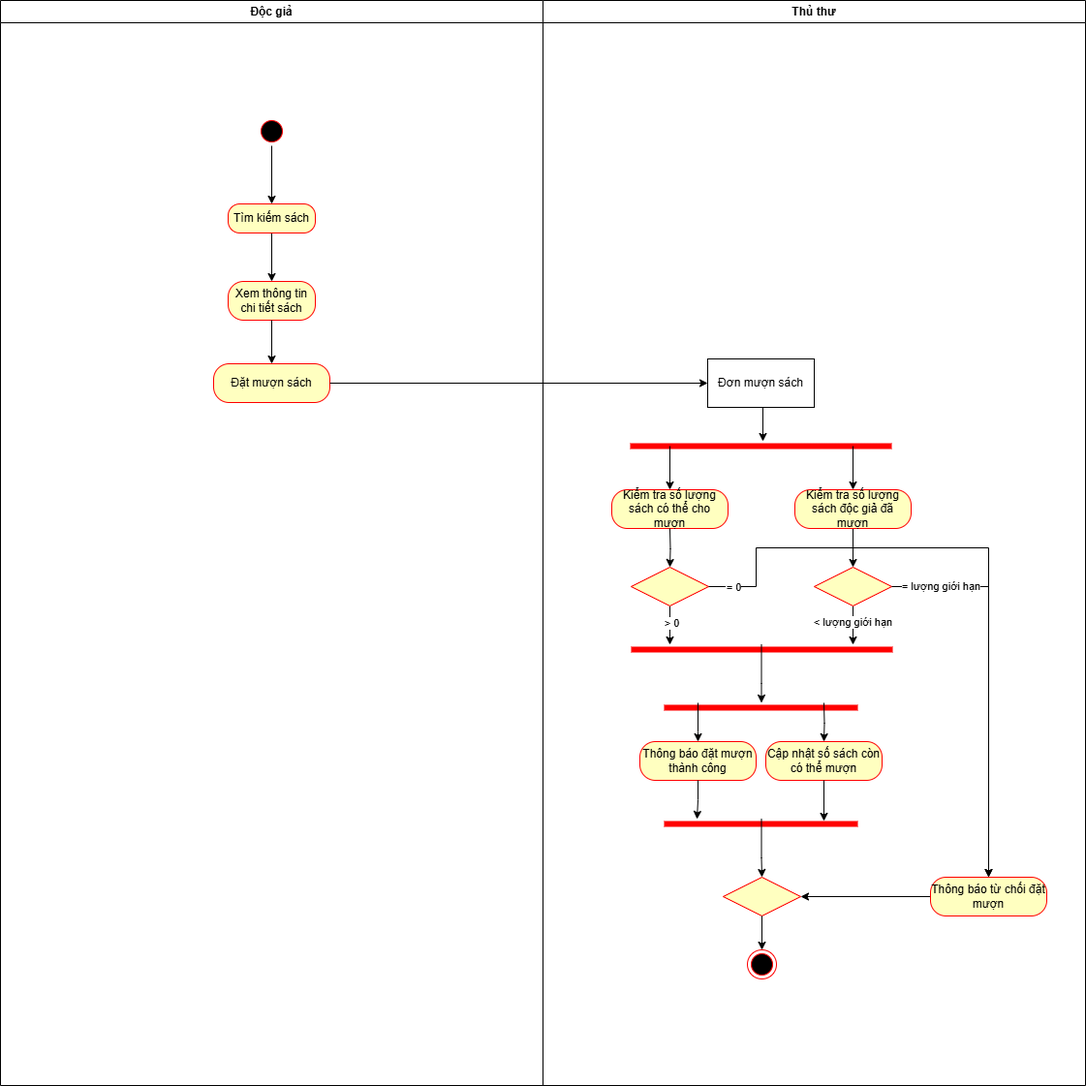
The draw.io diagram Activity Diagram/UC đặt mượn sách/UC đặt mượn sách.png in kimcuongdev/LibrarySystemAD, before a commit. Source tidied: cells renumbered, new cells last; positions are measured from the earlier drawing's top-left corner, leaving out a move shared by most shapes. Source of this version:
```xml
<mxGraphModel>
  <root>
    <mxCell id="0" />
    <mxCell id="1" parent="0" />
    <mxCell id="2" value="Độc giả" style="swimlane;whiteSpace=wrap;html=1;" parent="1" vertex="1">
      <mxGeometry width="560" height="1120" as="geometry" />
    </mxCell>
    <mxCell id="3" style="edgeStyle=orthogonalEdgeStyle;rounded=0;jettySize=auto;html=1;exitX=0.5;exitY=1;exitDx=0;exitDy=0;" parent="2" edge="1" source="4" target="6">
      <mxGeometry relative="1" as="geometry" />
    </mxCell>
    <mxCell id="4" style="ellipse;html=1;shape=startState;fillColor=#000000;strokeColor=#ff0000;" parent="2" vertex="1">
      <mxGeometry x="265" y="120" width="30" height="30" as="geometry" />
    </mxCell>
    <mxCell id="5" style="edgeStyle=orthogonalEdgeStyle;rounded=0;jettySize=auto;html=1;exitX=0.5;exitY=1;exitDx=0;exitDy=0;entryX=0.5;entryY=0;entryDx=0;entryDy=0;" parent="2" edge="1" source="6" target="7">
      <mxGeometry relative="1" as="geometry" />
    </mxCell>
    <mxCell id="6" value="Tìm kiếm sách" style="rounded=1;whiteSpace=wrap;html=1;arcSize=40;fontColor=#000000;fillColor=#ffffc0;strokeColor=#ff0000;" parent="2" vertex="1">
      <mxGeometry x="235" y="210" width="90" height="30" as="geometry" />
    </mxCell>
    <mxCell id="7" value="Xem thông tin chi tiết sách" style="rounded=1;whiteSpace=wrap;html=1;arcSize=40;fontColor=#000000;fillColor=#ffffc0;strokeColor=#ff0000;" parent="2" vertex="1">
      <mxGeometry x="235" y="290" width="90" height="40" as="geometry" />
    </mxCell>
    <mxCell id="8" value="Đặt mượn sách" style="rounded=1;whiteSpace=wrap;html=1;arcSize=40;fontColor=#000000;fillColor=#ffffc0;strokeColor=#ff0000;" parent="2" vertex="1">
      <mxGeometry x="220" y="375" width="120" height="40" as="geometry" />
    </mxCell>
    <mxCell id="9" style="edgeStyle=orthogonalEdgeStyle;rounded=0;jettySize=auto;html=1;exitX=0.5;exitY=1;exitDx=0;exitDy=0;" parent="2" edge="1" source="7" target="8">
      <mxGeometry relative="1" as="geometry" />
    </mxCell>
    <mxCell id="10" value="Thủ thư" style="swimlane;whiteSpace=wrap;html=1;" parent="1" vertex="1">
      <mxGeometry x="560" width="560" height="1120" as="geometry" />
    </mxCell>
    <mxCell id="11" value="Kiểm tra số lượng sách có thể cho mượn" style="rounded=1;whiteSpace=wrap;html=1;arcSize=40;fontColor=#000000;fillColor=#ffffc0;strokeColor=#ff0000;" parent="10" vertex="1">
      <mxGeometry x="71" y="505" width="120" height="40" as="geometry" />
    </mxCell>
    <mxCell id="12" value="Đơn mượn sách" style="html=1;whiteSpace=wrap;" parent="10" vertex="1">
      <mxGeometry x="170" y="370" width="110" height="50" as="geometry" />
    </mxCell>
    <mxCell id="13" style="edgeStyle=orthogonalEdgeStyle;rounded=0;jettySize=auto;html=1;exitX=0.5;exitY=1;exitDx=0;exitDy=0;" parent="10" edge="1" source="12">
      <mxGeometry relative="1" as="geometry">
        <mxPoint x="227" y="455" as="targetPoint" />
      </mxGeometry>
    </mxCell>
    <mxCell id="14" style="shape=line;html=1;strokeWidth=6;strokeColor=#ff0000;" parent="10" vertex="1">
      <mxGeometry x="90" y="455" width="270" height="10" as="geometry" />
    </mxCell>
    <mxCell id="15" style="edgeStyle=orthogonalEdgeStyle;rounded=0;orthogonalLoop=1;jettySize=auto;html=1;" parent="10" edge="1">
      <mxGeometry relative="1" as="geometry">
        <mxPoint x="131" y="460" as="sourcePoint" />
        <mxPoint x="131" y="505" as="targetPoint" />
        <Array as="points">
          <mxPoint x="131" y="460" />
        </Array>
      </mxGeometry>
    </mxCell>
    <mxCell id="16" style="edgeStyle=orthogonalEdgeStyle;rounded=0;jettySize=auto;html=1;exitX=0.5;exitY=1;exitDx=0;exitDy=0;" parent="10" edge="1" source="18">
      <mxGeometry relative="1" as="geometry">
        <mxPoint x="131" y="665" as="targetPoint" />
      </mxGeometry>
    </mxCell>
    <mxCell id="17" value="&amp;gt; 0" style="edgeLabel;html=1;align=center;verticalAlign=middle;" parent="16" vertex="1">
      <mxGeometry x="-0.16" y="1" relative="1" as="geometry" />
    </mxCell>
    <mxCell id="18" style="rhombus;whiteSpace=wrap;html=1;fontColor=#000000;fillColor=#ffffc0;strokeColor=#ff0000;" parent="10" vertex="1">
      <mxGeometry x="91" y="585" width="80" height="40" as="geometry" />
    </mxCell>
    <mxCell id="19" style="edgeStyle=orthogonalEdgeStyle;rounded=0;jettySize=auto;html=1;exitX=0.5;exitY=1;exitDx=0;exitDy=0;" parent="10" edge="1" target="18">
      <mxGeometry relative="1" as="geometry">
        <mxPoint x="131" y="545" as="sourcePoint" />
      </mxGeometry>
    </mxCell>
    <mxCell id="20" style="edgeStyle=orthogonalEdgeStyle;rounded=0;jettySize=auto;html=1;" parent="10" edge="1" target="22">
      <mxGeometry relative="1" as="geometry">
        <mxPoint x="320" y="460" as="sourcePoint" />
        <Array as="points">
          <mxPoint x="320" y="460" />
        </Array>
      </mxGeometry>
    </mxCell>
    <mxCell id="21" style="edgeStyle=orthogonalEdgeStyle;rounded=0;jettySize=auto;html=1;exitX=0.5;exitY=1;exitDx=0;exitDy=0;entryX=0.5;entryY=0;entryDx=0;entryDy=0;" parent="10" edge="1" source="22" target="25">
      <mxGeometry relative="1" as="geometry" />
    </mxCell>
    <mxCell id="22" value="Kiểm tra số lượng sách độc giả đã mượn" style="rounded=1;whiteSpace=wrap;html=1;arcSize=40;fontColor=#000000;fillColor=#ffffc0;strokeColor=#ff0000;" parent="10" vertex="1">
      <mxGeometry x="260" y="505" width="120" height="40" as="geometry" />
    </mxCell>
    <mxCell id="23" style="edgeStyle=orthogonalEdgeStyle;rounded=0;jettySize=auto;html=1;exitX=0.5;exitY=1;exitDx=0;exitDy=0;" parent="10" edge="1" source="25">
      <mxGeometry relative="1" as="geometry">
        <mxPoint x="320" y="665" as="targetPoint" />
      </mxGeometry>
    </mxCell>
    <mxCell id="24" value="&amp;lt; lượng giới hạn" style="edgeLabel;html=1;align=center;verticalAlign=middle;" parent="23" vertex="1">
      <mxGeometry x="-0.21" y="-1" relative="1" as="geometry" />
    </mxCell>
    <mxCell id="25" style="rhombus;whiteSpace=wrap;html=1;fontColor=#000000;fillColor=#ffffc0;strokeColor=#ff0000;" parent="10" vertex="1">
      <mxGeometry x="280" y="585" width="80" height="40" as="geometry" />
    </mxCell>
    <mxCell id="26" style="shape=line;html=1;strokeWidth=6;strokeColor=#ff0000;" parent="10" vertex="1">
      <mxGeometry x="91" y="665" width="270" height="10" as="geometry" />
    </mxCell>
    <mxCell id="27" style="edgeStyle=orthogonalEdgeStyle;rounded=0;jettySize=auto;html=1;exitX=0.5;exitY=1;exitDx=0;exitDy=0;" parent="10" edge="1" target="28">
      <mxGeometry relative="1" as="geometry">
        <mxPoint x="225.5" y="665" as="sourcePoint" />
        <Array as="points">
          <mxPoint x="226" y="705" />
          <mxPoint x="226" y="705" />
        </Array>
      </mxGeometry>
    </mxCell>
    <mxCell id="28" style="shape=line;html=1;strokeWidth=6;strokeColor=#ff0000;" parent="10" vertex="1">
      <mxGeometry x="125" y="725" width="200" height="10" as="geometry" />
    </mxCell>
    <mxCell id="29" style="edgeStyle=orthogonalEdgeStyle;rounded=0;jettySize=auto;html=1;exitX=0.5;exitY=1;exitDx=0;exitDy=0;" parent="10" edge="1" target="32">
      <mxGeometry relative="1" as="geometry">
        <mxPoint x="160" y="725" as="sourcePoint" />
        <Array as="points">
          <mxPoint x="160" y="755" />
          <mxPoint x="160" y="755" />
        </Array>
      </mxGeometry>
    </mxCell>
    <mxCell id="30" style="edgeStyle=orthogonalEdgeStyle;rounded=0;jettySize=auto;html=1;exitX=0.5;exitY=1;exitDx=0;exitDy=0;" parent="10" edge="1" target="33">
      <mxGeometry relative="1" as="geometry">
        <mxPoint x="290" y="725" as="sourcePoint" />
      </mxGeometry>
    </mxCell>
    <mxCell id="31" style="shape=line;html=1;strokeWidth=6;strokeColor=#ff0000;" parent="10" vertex="1">
      <mxGeometry x="125" y="845" width="200" height="10" as="geometry" />
    </mxCell>
    <mxCell id="32" value="Thông báo đặt mượn thành công" style="rounded=1;whiteSpace=wrap;html=1;arcSize=40;fontColor=#000000;fillColor=#ffffc0;strokeColor=#ff0000;" parent="10" vertex="1">
      <mxGeometry x="100" y="765" width="120" height="40" as="geometry" />
    </mxCell>
    <mxCell id="33" value="Cập nhật số sách còn có thể mượn" style="rounded=1;whiteSpace=wrap;html=1;arcSize=40;fontColor=#000000;fillColor=#ffffc0;strokeColor=#ff0000;" parent="10" vertex="1">
      <mxGeometry x="230" y="765" width="120" height="40" as="geometry" />
    </mxCell>
    <mxCell id="34" style="edgeStyle=orthogonalEdgeStyle;rounded=0;jettySize=auto;html=1;exitX=0.5;exitY=1;exitDx=0;exitDy=0;" parent="10" edge="1" source="32">
      <mxGeometry relative="1" as="geometry">
        <mxPoint x="159" y="845" as="targetPoint" />
      </mxGeometry>
    </mxCell>
    <mxCell id="35" style="edgeStyle=orthogonalEdgeStyle;rounded=0;jettySize=auto;html=1;exitX=0.5;exitY=1;exitDx=0;exitDy=0;entryX=0.825;entryY=0.2;entryDx=0;entryDy=0;entryPerimeter=0;" parent="10" edge="1" source="33" target="31">
      <mxGeometry relative="1" as="geometry" />
    </mxCell>
    <mxCell id="36" style="edgeStyle=orthogonalEdgeStyle;rounded=0;orthogonalLoop=1;jettySize=auto;html=1;exitX=0.5;exitY=1;exitDx=0;exitDy=0;" parent="10" edge="1">
      <mxGeometry relative="1" as="geometry">
        <mxPoint x="225.5" y="845" as="sourcePoint" />
        <mxPoint x="226" y="905" as="targetPoint" />
        <Array as="points">
          <mxPoint x="226" y="885" />
          <mxPoint x="226" y="885" />
        </Array>
      </mxGeometry>
    </mxCell>
    <mxCell id="37" style="rhombus;whiteSpace=wrap;html=1;fontColor=#000000;fillColor=#ffffc0;strokeColor=#ff0000;" parent="10" vertex="1">
      <mxGeometry x="186" y="905" width="80" height="40" as="geometry" />
    </mxCell>
    <mxCell id="38" style="edgeStyle=orthogonalEdgeStyle;rounded=0;jettySize=auto;html=1;exitX=0;exitY=0.5;exitDx=0;exitDy=0;entryX=1;entryY=0.5;entryDx=0;entryDy=0;" parent="10" edge="1" source="39" target="37">
      <mxGeometry relative="1" as="geometry" />
    </mxCell>
    <mxCell id="39" value="Thông báo từ chối đặt mượn" style="rounded=1;whiteSpace=wrap;html=1;arcSize=40;fontColor=#000000;fillColor=#ffffc0;strokeColor=#ff0000;" parent="10" vertex="1">
      <mxGeometry x="400" y="905" width="120" height="40" as="geometry" />
    </mxCell>
    <mxCell id="40" style="edgeStyle=orthogonalEdgeStyle;rounded=0;jettySize=auto;html=1;exitX=1;exitY=0.5;exitDx=0;exitDy=0;" parent="10" edge="1" source="18" target="39">
      <mxGeometry relative="1" as="geometry">
        <Array as="points">
          <mxPoint x="220" y="605" />
          <mxPoint x="220" y="565" />
          <mxPoint x="460" y="565" />
        </Array>
      </mxGeometry>
    </mxCell>
    <mxCell id="41" value="sai" style="edgeLabel;html=1;align=center;verticalAlign=middle;" parent="40" vertex="1">
      <mxGeometry x="-0.93" y="1" relative="1" as="geometry" />
    </mxCell>
    <mxCell id="42" value="= 0" style="edgeLabel;html=1;align=center;verticalAlign=middle;" parent="40" vertex="1">
      <mxGeometry x="-0.93" relative="1" as="geometry" />
    </mxCell>
    <mxCell id="43" style="edgeStyle=orthogonalEdgeStyle;rounded=0;jettySize=auto;html=1;exitX=1;exitY=0.5;exitDx=0;exitDy=0;entryX=0.5;entryY=0;entryDx=0;entryDy=0;" parent="10" edge="1" source="25" target="39">
      <mxGeometry relative="1" as="geometry" />
    </mxCell>
    <mxCell id="44" value="= lượng giới hạn" style="edgeLabel;html=1;align=center;verticalAlign=middle;" parent="43" vertex="1">
      <mxGeometry x="-0.84" y="1" relative="1" as="geometry">
        <mxPoint x="19" as="offset" />
      </mxGeometry>
    </mxCell>
    <mxCell id="45" style="ellipse;html=1;shape=endState;fillColor=#000000;strokeColor=#ff0000;" parent="10" vertex="1">
      <mxGeometry x="211" y="980" width="30" height="30" as="geometry" />
    </mxCell>
    <mxCell id="46" style="edgeStyle=orthogonalEdgeStyle;rounded=0;jettySize=auto;html=1;exitX=0.5;exitY=1;exitDx=0;exitDy=0;" parent="10" edge="1" source="37" target="45">
      <mxGeometry relative="1" as="geometry" />
    </mxCell>
    <mxCell id="47" style="edgeStyle=orthogonalEdgeStyle;rounded=0;jettySize=auto;html=1;exitX=1;exitY=0.5;exitDx=0;exitDy=0;entryX=0;entryY=0.5;entryDx=0;entryDy=0;" parent="1" edge="1" source="8" target="12">
      <mxGeometry relative="1" as="geometry" />
    </mxCell>
  </root>
</mxGraphModel>
```
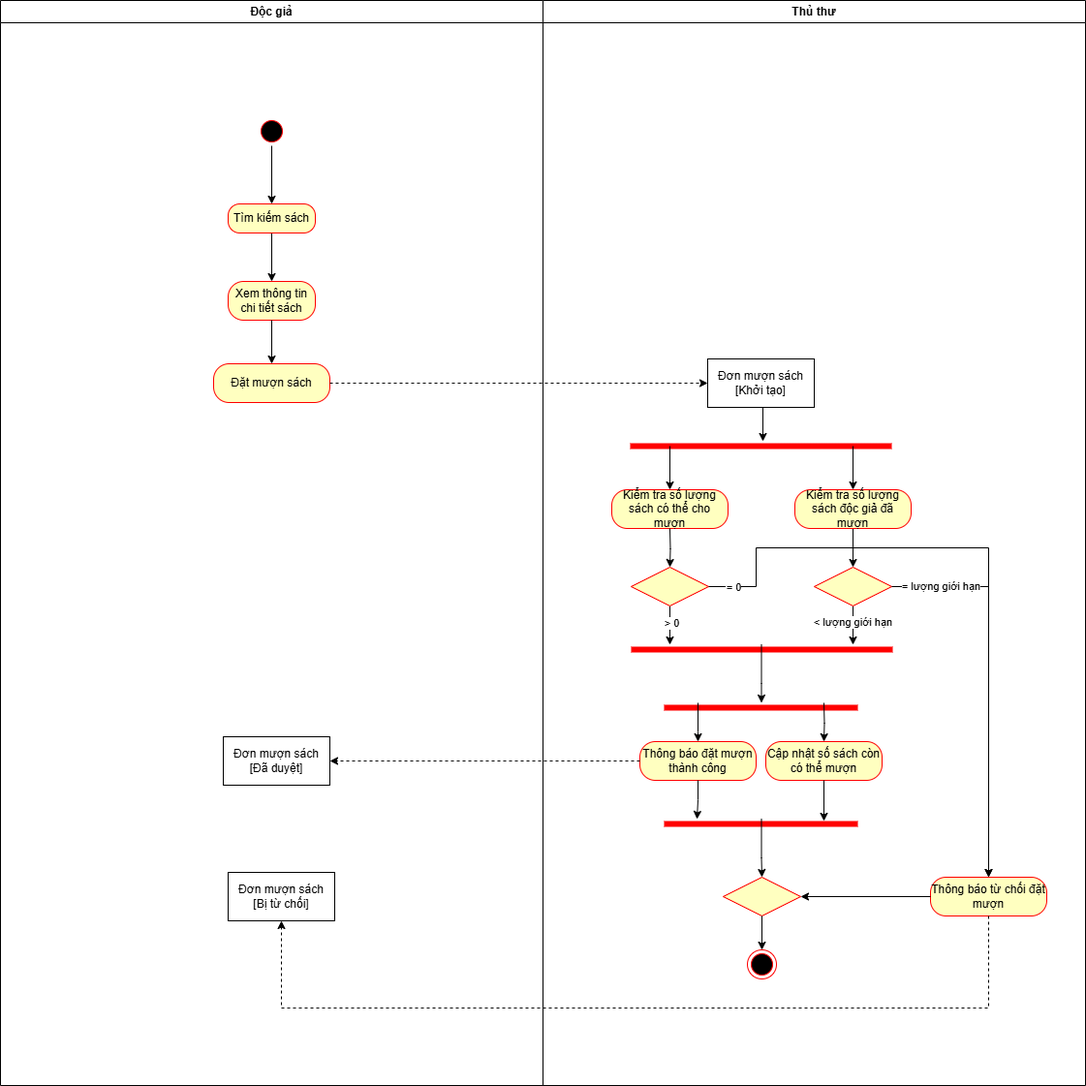
After the commit.

The edit, as a diff of the source:
```diff
@@ -26,13 +26,19 @@
     <mxCell id="9" style="edgeStyle=orthogonalEdgeStyle;rounded=0;jettySize=auto;html=1;exitX=0.5;exitY=1;exitDx=0;exitDy=0;" parent="2" edge="1" source="7" target="8">
       <mxGeometry relative="1" as="geometry" />
     </mxCell>
+    <mxCell id="48" value="Đơn mượn sách&lt;div&gt;[Đã duyệt]&lt;/div&gt;" style="html=1;whiteSpace=wrap;" parent="2" vertex="1">
+      <mxGeometry x="230" y="760" width="110" height="50" as="geometry" />
+    </mxCell>
+    <mxCell id="49" value="Đơn mượn sách&lt;div&gt;[Bị từ chối]&lt;/div&gt;" style="html=1;whiteSpace=wrap;" parent="2" vertex="1">
+      <mxGeometry x="235" y="900" width="110" height="50" as="geometry" />
+    </mxCell>
     <mxCell id="10" value="Thủ thư" style="swimlane;whiteSpace=wrap;html=1;" parent="1" vertex="1">
       <mxGeometry x="560" width="560" height="1120" as="geometry" />
     </mxCell>
     <mxCell id="11" value="Kiểm tra số lượng sách có thể cho mượn" style="rounded=1;whiteSpace=wrap;html=1;arcSize=40;fontColor=#000000;fillColor=#ffffc0;strokeColor=#ff0000;" parent="10" vertex="1">
       <mxGeometry x="71" y="505" width="120" height="40" as="geometry" />
     </mxCell>
-    <mxCell id="12" value="Đơn mượn sách" style="html=1;whiteSpace=wrap;" parent="10" vertex="1">
+    <mxCell id="12" value="Đơn mượn sách&lt;div&gt;[Khởi tạo]&lt;/div&gt;" style="html=1;whiteSpace=wrap;" parent="10" vertex="1">
       <mxGeometry x="170" y="370" width="110" height="50" as="geometry" />
     </mxCell>
     <mxCell id="13" style="edgeStyle=orthogonalEdgeStyle;rounded=0;jettySize=auto;html=1;exitX=0.5;exitY=1;exitDx=0;exitDy=0;" parent="10" edge="1" source="12">
@@ -152,9 +158,6 @@
     <mxCell id="37" style="rhombus;whiteSpace=wrap;html=1;fontColor=#000000;fillColor=#ffffc0;strokeColor=#ff0000;" parent="10" vertex="1">
       <mxGeometry x="186" y="905" width="80" height="40" as="geometry" />
     </mxCell>
-    <mxCell id="38" style="edgeStyle=orthogonalEdgeStyle;rounded=0;jettySize=auto;html=1;exitX=0;exitY=0.5;exitDx=0;exitDy=0;entryX=1;entryY=0.5;entryDx=0;entryDy=0;" parent="10" edge="1" source="39" target="37">
-      <mxGeometry relative="1" as="geometry" />
-    </mxCell>
     <mxCell id="39" value="Thông báo từ chối đặt mượn" style="rounded=1;whiteSpace=wrap;html=1;arcSize=40;fontColor=#000000;fillColor=#ffffc0;strokeColor=#ff0000;" parent="10" vertex="1">
       <mxGeometry x="400" y="905" width="120" height="40" as="geometry" />
     </mxCell>
@@ -187,8 +190,22 @@
     <mxCell id="46" style="edgeStyle=orthogonalEdgeStyle;rounded=0;jettySize=auto;html=1;exitX=0.5;exitY=1;exitDx=0;exitDy=0;" parent="10" edge="1" source="37" target="45">
       <mxGeometry relative="1" as="geometry" />
     </mxCell>
+    <mxCell id="38" style="endArrow=classic;html=1;rounded=0;entryX=1;entryY=0.5;entryDx=0;entryDy=0;exitX=0;exitY=0.5;exitDx=0;exitDy=0;" parent="10" edge="1" source="39" target="37">
+      <mxGeometry relative="1" as="geometry" />
+    </mxCell>
-    <mxCell id="47" style="edgeStyle=orthogonalEdgeStyle;rounded=0;jettySize=auto;html=1;exitX=1;exitY=0.5;exitDx=0;exitDy=0;entryX=0;entryY=0.5;entryDx=0;entryDy=0;" parent="1" edge="1" source="8" target="12">
+    <mxCell id="47" style="edgeStyle=orthogonalEdgeStyle;rounded=0;jettySize=auto;html=1;exitX=1;exitY=0.5;exitDx=0;exitDy=0;entryX=0;entryY=0.5;entryDx=0;entryDy=0;dashed=1;" parent="1" edge="1" source="8" target="12">
       <mxGeometry relative="1" as="geometry" />
     </mxCell>
+    <mxCell id="50" style="edgeStyle=orthogonalEdgeStyle;rounded=0;jettySize=auto;html=1;exitX=0;exitY=0.5;exitDx=0;exitDy=0;entryX=1;entryY=0.5;entryDx=0;entryDy=0;dashed=1;" parent="1" edge="1" source="32" target="48">
+      <mxGeometry relative="1" as="geometry" />
+    </mxCell>
+    <mxCell id="51" style="edgeStyle=orthogonalEdgeStyle;rounded=0;jettySize=auto;html=1;exitX=0.5;exitY=1;exitDx=0;exitDy=0;entryX=0.5;entryY=1;entryDx=0;entryDy=0;dashed=1;" parent="1" edge="1" source="39" target="49">
+      <mxGeometry relative="1" as="geometry">
+        <Array as="points">
+          <mxPoint x="1020" y="1040" />
+          <mxPoint x="290" y="1040" />
+        </Array>
+      </mxGeometry>
+    </mxCell>
   </root>
 </mxGraphModel>
```
